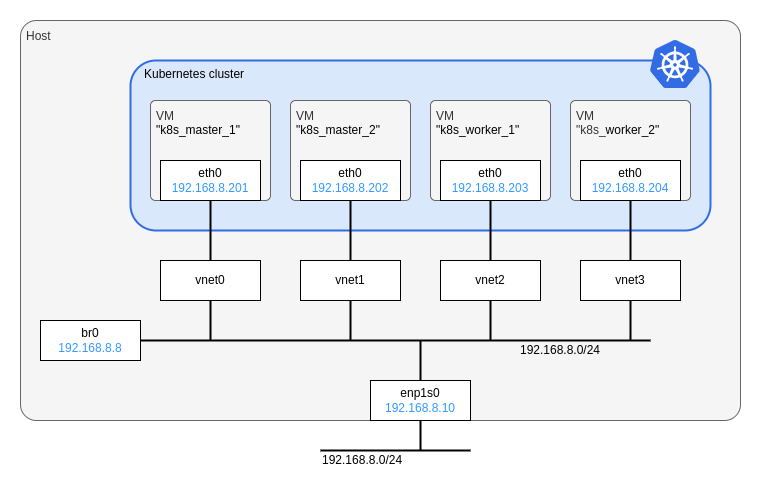
sawa2d2/k8s-on-kvm keeps this draw.io diagram as kubernetes/images/network_architecture.drawio.png. Above is the earlier version. Source tidied: cells renumbered, new cells last; positions are measured from the earlier drawing's top-left corner, leaving out a move shared by most shapes.
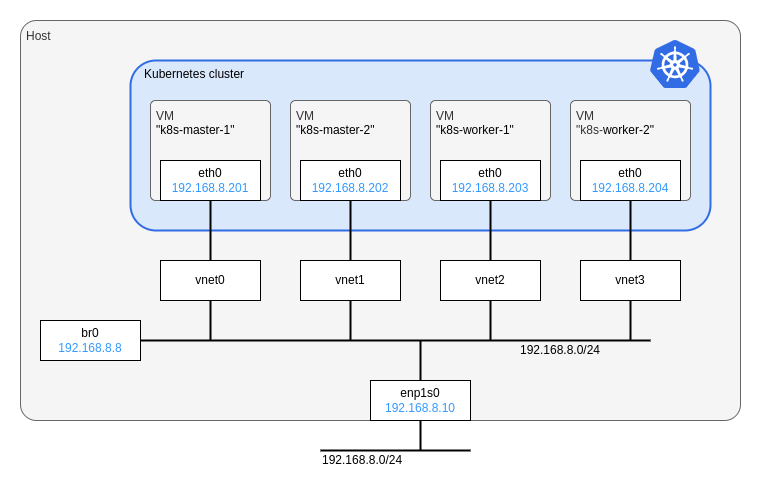
The same diagram one commit later.

Change to the diagram source:
```diff
@@ -11,16 +11,16 @@
     <mxCell id="4" value="Kubernetes cluster" style="rounded=1;whiteSpace=wrap;html=1;fillColor=#dae8fc;strokeColor=#326CE5;strokeWidth=2;align=left;verticalAlign=top;spacingLeft=12;" parent="1" vertex="1">
       <mxGeometry x="130" y="60" width="580" height="170" as="geometry" />
     </mxCell>
-    <mxCell id="5" value="VM&lt;br style=&quot;border-color: var(--border-color); color: rgb(0, 0, 0);&quot;&gt;&lt;span style=&quot;color: rgb(0, 0, 0);&quot;&gt;&quot;k8s_master_2&quot;&lt;/span&gt;" style="rounded=1;whiteSpace=wrap;html=1;strokeColor=#666666;strokeWidth=1;fillColor=#f5f5f5;fontColor=#333333;align=left;verticalAlign=top;spacingTop=2;spacingLeft=4;arcSize=5;" parent="1" vertex="1">
+    <mxCell id="5" value="VM&lt;br style=&quot;border-color: var(--border-color); color: rgb(0, 0, 0);&quot;&gt;&lt;span style=&quot;color: rgb(0, 0, 0);&quot;&gt;&quot;k8s-master-2&quot;&lt;/span&gt;" style="rounded=1;whiteSpace=wrap;html=1;strokeColor=#666666;strokeWidth=1;fillColor=#f5f5f5;fontColor=#333333;align=left;verticalAlign=top;spacingTop=2;spacingLeft=4;arcSize=5;" parent="1" vertex="1">
       <mxGeometry x="290" y="100" width="120" height="100" as="geometry" />
     </mxCell>
-    <mxCell id="6" value="VM&lt;br style=&quot;border-color: var(--border-color); color: rgb(0, 0, 0);&quot;&gt;&lt;span style=&quot;color: rgb(0, 0, 0);&quot;&gt;&quot;k8s_worker_1&quot;&lt;/span&gt;" style="rounded=1;whiteSpace=wrap;html=1;strokeColor=#666666;strokeWidth=1;fillColor=#f5f5f5;fontColor=#333333;align=left;verticalAlign=top;spacingTop=2;spacingLeft=4;arcSize=5;" parent="1" vertex="1">
+    <mxCell id="6" value="VM&lt;br style=&quot;border-color: var(--border-color); color: rgb(0, 0, 0);&quot;&gt;&lt;span style=&quot;color: rgb(0, 0, 0);&quot;&gt;&quot;k8s-worker-1&quot;&lt;/span&gt;" style="rounded=1;whiteSpace=wrap;html=1;strokeColor=#666666;strokeWidth=1;fillColor=#f5f5f5;fontColor=#333333;align=left;verticalAlign=top;spacingTop=2;spacingLeft=4;arcSize=5;" parent="1" vertex="1">
       <mxGeometry x="430" y="100" width="120" height="100" as="geometry" />
     </mxCell>
-    <mxCell id="7" value="VM&lt;br style=&quot;border-color: var(--border-color); color: rgb(0, 0, 0);&quot;&gt;&quot;k8s_&lt;span style=&quot;color: rgb(0, 0, 0);&quot;&gt;worker&lt;/span&gt;&lt;span style=&quot;color: rgb(0, 0, 0);&quot;&gt;_2&quot;&lt;/span&gt;" style="rounded=1;whiteSpace=wrap;html=1;strokeColor=#666666;strokeWidth=1;fillColor=#f5f5f5;fontColor=#333333;align=left;verticalAlign=top;spacingTop=2;spacingLeft=4;arcSize=5;" parent="1" vertex="1">
+    <mxCell id="7" value="VM&lt;br style=&quot;border-color: var(--border-color); color: rgb(0, 0, 0);&quot;&gt;&quot;k8s-&lt;span style=&quot;color: rgb(0, 0, 0);&quot;&gt;worker-&lt;/span&gt;&lt;span style=&quot;color: rgb(0, 0, 0);&quot;&gt;2&quot;&lt;/span&gt;" style="rounded=1;whiteSpace=wrap;html=1;strokeColor=#666666;strokeWidth=1;fillColor=#f5f5f5;fontColor=#333333;align=left;verticalAlign=top;spacingTop=2;spacingLeft=4;arcSize=5;" parent="1" vertex="1">
       <mxGeometry x="570" y="100" width="120" height="100" as="geometry" />
     </mxCell>
-    <mxCell id="8" value="VM&lt;br style=&quot;border-color: var(--border-color); color: rgb(0, 0, 0);&quot;&gt;&lt;span style=&quot;color: rgb(0, 0, 0);&quot;&gt;&quot;k8s_master_1&quot;&lt;/span&gt;" style="rounded=1;whiteSpace=wrap;html=1;strokeColor=#666666;strokeWidth=1;fillColor=#f5f5f5;fontColor=#333333;align=left;verticalAlign=top;spacingTop=2;spacingLeft=4;arcSize=5;" parent="1" vertex="1">
+    <mxCell id="8" value="VM&lt;br style=&quot;border-color: var(--border-color); color: rgb(0, 0, 0);&quot;&gt;&lt;span style=&quot;color: rgb(0, 0, 0);&quot;&gt;&quot;k8s-master-1&quot;&lt;/span&gt;" style="rounded=1;whiteSpace=wrap;html=1;strokeColor=#666666;strokeWidth=1;fillColor=#f5f5f5;fontColor=#333333;align=left;verticalAlign=top;spacingTop=2;spacingLeft=4;arcSize=5;" parent="1" vertex="1">
       <mxGeometry x="150" y="100" width="120" height="100" as="geometry" />
     </mxCell>
     <mxCell id="9" style="edgeStyle=orthogonalEdgeStyle;rounded=0;jettySize=auto;html=1;exitX=0.5;exitY=0;exitDx=0;exitDy=0;strokeColor=default;fontColor=#3399FF;endArrow=none;endFill=0;strokeWidth=2;" parent="1" edge="1" source="20">
```
